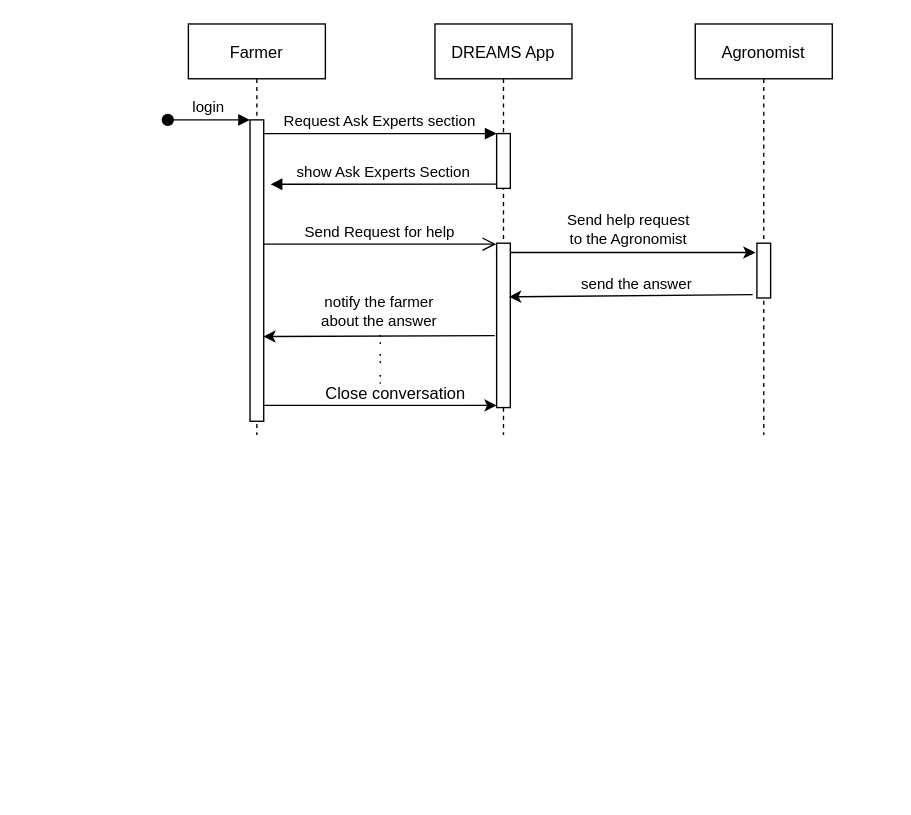
Above: page "AskExperts" (2 of 3) of RasdDoc/Files/sequence_disgrams/FarmersSequenceDiagrams.drawio in gabrielemarra/DREAM-ProjectDesign (draw.io), before the change. Source tidied: cells renumbered, new cells numbered last; positions are measured from the earlier drawing's top-left corner, leaving out a move shared by most shapes. Both pictures are drawn from the tidied source at 137%, with x=0, y=0 at pixel (167, 23).
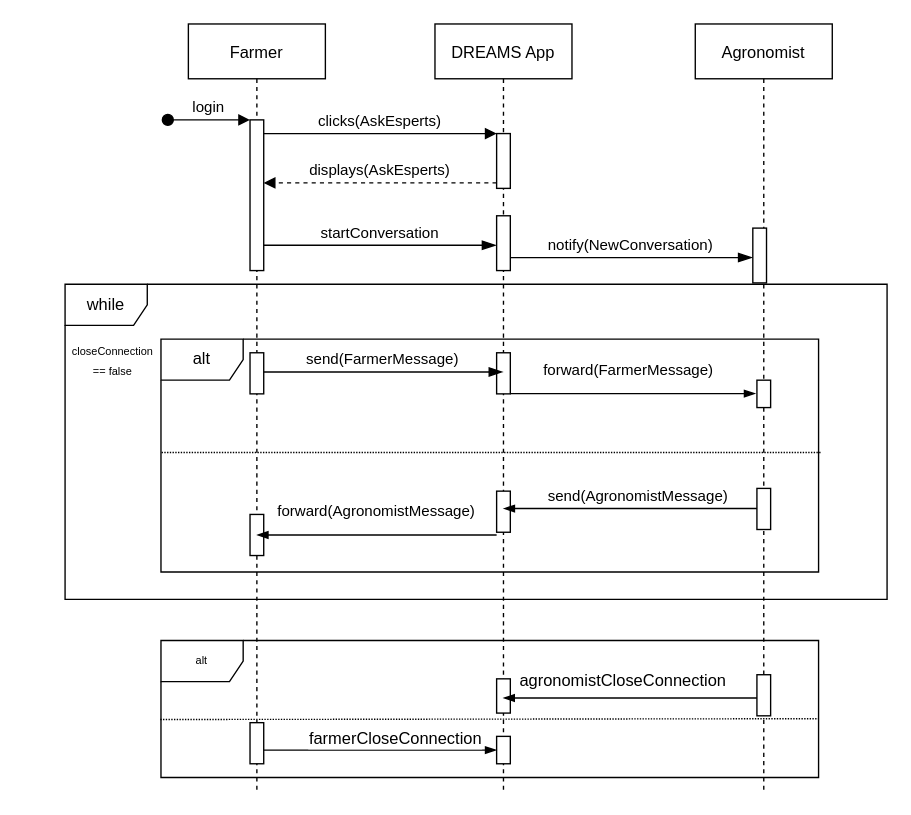
Above is the later version.

The change refers to these unchanged cells:
```xml
<mxCell id="6" style="points=[];perimeter=orthogonalPerimeter;rounded=0;shadow=0;strokeWidth=1;" parent="5" vertex="1">
  <mxGeometry x="45" y="80" width="10" height="40" as="geometry" />
</mxCell>
```

What changed in the source:
```diff
@@
+    <mxCell id="22" value="alt" style="shape=umlFrame;whiteSpace=wrap;html=1;" parent="1" vertex="1">
+      <mxGeometry x="-5" y="230" width="480" height="170" as="geometry" />
+    </mxCell>
+    <mxCell id="23" value="while" style="shape=umlFrame;whiteSpace=wrap;html=1;" parent="1" vertex="1">
+      <mxGeometry x="-75" y="190" width="600" height="230" as="geometry" />
+    </mxCell>
+    <mxCell id="24" value="alt" style="shape=umlFrame;whiteSpace=wrap;html=1;fontSize=8;" parent="1" vertex="1">
+      <mxGeometry x="-5" y="450" width="480" height="100" as="geometry" />
+    </mxCell>
     <mxCell id="2" value="Farmer" style="shape=umlLifeline;perimeter=lifelinePerimeter;rounded=0;shadow=0;strokeWidth=1;" parent="1" vertex="1">
-      <mxGeometry x="15" width="100" height="300" as="geometry" />
+      <mxGeometry x="15" width="100" height="560" as="geometry" />
     </mxCell>
     <mxCell id="3" style="points=[];perimeter=orthogonalPerimeter;rounded=0;shadow=0;strokeWidth=1;" parent="2" vertex="1">
-      <mxGeometry x="45" y="70" width="10" height="220" as="geometry" />
+      <mxGeometry x="45" y="70" width="10" height="110" as="geometry" />
     </mxCell>
@@
+    <mxCell id="25" style="points=[];perimeter=orthogonalPerimeter;rounded=0;shadow=0;strokeWidth=1;" parent="2" vertex="1">
+      <mxGeometry x="45" y="240" width="10" height="30" as="geometry" />
+    </mxCell>
+    <mxCell id="26" style="perimeter=orthogonalPerimeter;rounded=0;shadow=0;strokeWidth=1;" parent="2" vertex="1">
+      <mxGeometry x="45" y="358" width="10" height="30" as="geometry" />
+    </mxCell>
+    <mxCell id="27" style="perimeter=orthogonalPerimeter;rounded=0;shadow=0;strokeWidth=1;" parent="2" vertex="1">
+      <mxGeometry x="45" y="510" width="10" height="30" as="geometry" />
+    </mxCell>
     <mxCell id="5" value="DREAMS App" style="shape=umlLifeline;perimeter=lifelinePerimeter;rounded=0;shadow=0;strokeWidth=1;" parent="1" vertex="1">
-      <mxGeometry x="195" width="100" height="300" as="geometry" />
+      <mxGeometry x="195" width="100" height="560" as="geometry" />
     </mxCell>
@@
-    <mxCell id="7" style="points=[];perimeter=orthogonalPerimeter;rounded=0;shadow=0;strokeWidth=1;" parent="5" vertex="1">
-      <mxGeometry x="45" y="160" width="10" height="120" as="geometry" />
-    </mxCell>
+    <mxCell id="28" style="points=[];perimeter=orthogonalPerimeter;rounded=0;shadow=0;strokeWidth=1;" parent="5" vertex="1">
+      <mxGeometry x="45" y="140" width="10" height="40" as="geometry" />
+    </mxCell>
+    <mxCell id="29" style="perimeter=orthogonalPerimeter;rounded=0;shadow=0;strokeWidth=1;" parent="5" vertex="1">
+      <mxGeometry x="45" y="240" width="10" height="30" as="geometry" />
+    </mxCell>
+    <mxCell id="30" style="perimeter=orthogonalPerimeter;rounded=0;shadow=0;strokeWidth=1;" parent="5" vertex="1">
+      <mxGeometry x="45" y="341" width="10" height="30" as="geometry" />
+    </mxCell>
+    <mxCell id="31" style="perimeter=orthogonalPerimeter;rounded=0;shadow=0;strokeWidth=1;" parent="5" vertex="1">
+      <mxGeometry x="45" y="520" width="10" height="20" as="geometry" />
+    </mxCell>
+    <mxCell id="32" style="perimeter=orthogonalPerimeter;rounded=0;shadow=0;strokeWidth=1;" parent="5" vertex="1">
+      <mxGeometry x="45" y="478" width="10" height="25" as="geometry" />
+    </mxCell>
-    <mxCell id="8" value="Request Ask Experts section" style="verticalAlign=bottom;endArrow=block;entryX=0;entryY=0;shadow=0;strokeWidth=1;" parent="1" edge="1" source="3" target="6">
+    <mxCell id="8" value="clicks(AskEsperts)" style="verticalAlign=bottom;endArrow=block;entryX=0;entryY=0;shadow=0;strokeWidth=1;" parent="1" edge="1" source="3" target="6">
       <mxGeometry relative="1" as="geometry" />
     </mxCell>
-    <mxCell id="9" value="show Ask Experts Section" style="verticalAlign=bottom;endArrow=block;shadow=0;strokeWidth=1;exitX=-0.031;exitY=0.922;exitDx=0;exitDy=0;exitPerimeter=0;" parent="1" edge="1" source="6">
+    <mxCell id="9" value="displays(AskEsperts)" style="verticalAlign=bottom;endArrow=block;shadow=0;strokeWidth=1;dashed=1;" parent="1" edge="1">
       <mxGeometry relative="1" as="geometry">
-        <mxPoint x="75" y="117" as="targetPoint" />
+        <mxPoint x="240" y="116" as="sourcePoint" />
+        <mxPoint x="70" y="116" as="targetPoint" />
       </mxGeometry>
     </mxCell>
-    <mxCell id="10" value="Send Request for help" style="verticalAlign=bottom;endArrow=open;endSize=8;shadow=0;strokeWidth=1;entryX=-0.029;entryY=0.006;entryDx=0;entryDy=0;entryPerimeter=0;" parent="1" edge="1" source="3" target="7">
-      <mxGeometry relative="1" as="geometry" />
+    <mxCell id="10" value="startConversation" style="verticalAlign=bottom;endArrow=blockThin;endSize=8;shadow=0;strokeWidth=1;entryX=-0.029;entryY=0.006;entryDx=0;entryDy=0;entryPerimeter=0;endFill=1;" parent="1" edge="1" source="3">
+      <mxGeometry relative="1" as="geometry">
+        <mxPoint x="239.7" y="161.5" as="targetPoint" />
+      </mxGeometry>
     </mxCell>
     <mxCell id="11" value="Agronomist" style="shape=umlLifeline;perimeter=lifelinePerimeter;rounded=0;shadow=0;strokeWidth=1;" parent="1" vertex="1">
-      <mxGeometry x="385" width="100" height="300" as="geometry" />
+      <mxGeometry x="385" width="100" height="560" as="geometry" />
     </mxCell>
     <mxCell id="12" style="points=[];perimeter=orthogonalPerimeter;rounded=0;shadow=0;strokeWidth=1;" parent="11" vertex="1">
-      <mxGeometry x="45" y="160" width="10" height="40" as="geometry" />
+      <mxGeometry x="45" y="260" width="10" height="20" as="geometry" />
     </mxCell>
+    <mxCell id="33" style="perimeter=orthogonalPerimeter;rounded=0;shadow=0;strokeWidth=1;" parent="11" vertex="1">
+      <mxGeometry x="45" y="339" width="10" height="30" as="geometry" />
+    </mxCell>
+    <mxCell id="34" style="perimeter=orthogonalPerimeter;rounded=0;shadow=0;strokeWidth=1;" parent="11" vertex="1">
+      <mxGeometry x="45" y="475" width="10" height="30" as="geometry" />
+    </mxCell>
-    <mxCell id="13" style="edgeStyle=none;rounded=0;jettySize=auto;html=1;entryX=-0.1;entryY=0.171;entryDx=0;entryDy=0;entryPerimeter=0;" parent="1" edge="1" source="7" target="12">
-      <mxGeometry relative="1" as="geometry" />
+    <mxCell id="13" style="edgeStyle=none;rounded=0;orthogonalLoop=1;jettySize=auto;html=1;entryX=-0.1;entryY=0.171;entryDx=0;entryDy=0;entryPerimeter=0;endArrow=blockThin;endFill=1;" parent="1" edge="1">
+      <mxGeometry relative="1" as="geometry">
+        <mxPoint x="250" y="269.8" as="sourcePoint" />
+        <mxPoint x="429" y="269.8" as="targetPoint" />
+      </mxGeometry>
     </mxCell>
-    <mxCell id="14" value="Send help request&lt;br&gt;to the Agronomist" style="edgeLabel;html=1;align=center;verticalAlign=middle;" parent="13" vertex="1">
+    <mxCell id="14" value="forward(FarmerMessage)" style="edgeLabel;html=1;align=center;verticalAlign=middle;" parent="13" vertex="1">
       <mxGeometry x="-0.2" y="-1" relative="1" as="geometry">
         <mxPoint x="13" y="-18" as="offset" />
       </mxGeometry>
     </mxCell>
-    <mxCell id="15" style="edgeStyle=none;rounded=0;jettySize=auto;html=1;exitX=-0.307;exitY=0.94;exitDx=0;exitDy=0;exitPerimeter=0;entryX=0.9;entryY=0.326;entryDx=0;entryDy=0;entryPerimeter=0;" parent="1" edge="1" source="12" target="7">
-      <mxGeometry relative="1" as="geometry" />
+    <mxCell id="15" style="edgeStyle=none;rounded=0;orthogonalLoop=1;jettySize=auto;html=1;endArrow=blockThin;endFill=1;" parent="1" edge="1">
+      <mxGeometry relative="1" as="geometry">
+        <mxPoint x="430" y="353.7" as="sourcePoint" />
+        <mxPoint x="244.9" y="353.7" as="targetPoint" />
+      </mxGeometry>
     </mxCell>
-    <mxCell id="16" value="send the answer" style="edgeLabel;html=1;align=center;verticalAlign=middle;" parent="15" vertex="1">
+    <mxCell id="16" value="&lt;div&gt;send(AgronomistMessage)&lt;/div&gt;" style="edgeLabel;html=1;align=center;verticalAlign=middle;" parent="15" vertex="1">
       <mxGeometry x="-0.09" y="1" relative="1" as="geometry">
         <mxPoint x="-4" y="-10" as="offset" />
       </mxGeometry>
     </mxCell>
-    <mxCell id="17" style="edgeStyle=none;rounded=0;jettySize=auto;html=1;entryX=0.969;entryY=0.719;entryDx=0;entryDy=0;entryPerimeter=0;exitX=-0.134;exitY=0.562;exitDx=0;exitDy=0;exitPerimeter=0;" parent="1" edge="1" source="7" target="3">
-      <mxGeometry relative="1" as="geometry" />
+    <mxCell id="17" style="edgeStyle=none;rounded=0;orthogonalLoop=1;jettySize=auto;html=1;endArrow=blockThin;endFill=1;" parent="1" edge="1">
+      <mxGeometry relative="1" as="geometry">
+        <mxPoint x="240" y="373" as="sourcePoint" />
+        <mxPoint x="65" y="373" as="targetPoint" />
+      </mxGeometry>
     </mxCell>
-    <mxCell id="18" value="&lt;div&gt;notify the farmer&lt;/div&gt;&lt;div&gt;about the answer&lt;/div&gt;" style="edgeLabel;html=1;align=center;verticalAlign=middle;" parent="17" vertex="1">
+    <mxCell id="18" value="forward(AgronomistMessage)" style="edgeLabel;html=1;align=center;verticalAlign=middle;" parent="17" vertex="1">
       <mxGeometry x="0.14" relative="1" as="geometry">
         <mxPoint x="11" y="-18" as="offset" />
       </mxGeometry>
     </mxCell>
-    <mxCell id="19" value=":&lt;br&gt;:&lt;br&gt;:" style="text;html=1;align=center;verticalAlign=middle;strokeColor=none;fillColor=none;" parent="1" vertex="1">
-      <mxGeometry x="145" y="219" width="20" height="50" as="geometry" />
-    </mxCell>
-    <mxCell id="20" style="edgeStyle=none;rounded=0;jettySize=auto;html=1;entryX=0.003;entryY=0.987;entryDx=0;entryDy=0;entryPerimeter=0;fontSize=12;" parent="1" edge="1" source="3" target="7">
-      <mxGeometry relative="1" as="geometry" />
+    <mxCell id="20" style="edgeStyle=none;rounded=0;orthogonalLoop=1;jettySize=auto;html=1;fontSize=12;endArrow=blockThin;endFill=1;" parent="1" edge="1">
+      <mxGeometry relative="1" as="geometry">
+        <mxPoint x="70" y="530" as="sourcePoint" />
+        <mxPoint x="240" y="530" as="targetPoint" />
+      </mxGeometry>
     </mxCell>
-    <mxCell id="21" value="Close conversation" style="edgeLabel;html=1;align=center;verticalAlign=middle;fontSize=12;" parent="20" vertex="1">
+    <mxCell id="21" value="farmerCloseConnection" style="edgeLabel;html=1;align=center;verticalAlign=middle;fontSize=12;" parent="20" vertex="1">
       <mxGeometry x="0.09" y="-2" relative="1" as="geometry">
         <mxPoint x="2" y="-11" as="offset" />
       </mxGeometry>
     </mxCell>
+    <mxCell id="35" style="edgeStyle=none;rounded=0;orthogonalLoop=1;jettySize=auto;html=1;fontSize=12;endArrow=blockThin;endFill=1;" parent="1" edge="1">
+      <mxGeometry relative="1" as="geometry">
+        <mxPoint x="430" y="492" as="sourcePoint" />
+        <mxPoint x="244.8" y="492" as="targetPoint" />
+      </mxGeometry>
+    </mxCell>
+    <mxCell id="36" value="agronomistCloseConnection" style="edgeLabel;html=1;align=center;verticalAlign=middle;fontSize=12;" parent="35" vertex="1">
+      <mxGeometry x="0.09" y="-2" relative="1" as="geometry">
+        <mxPoint x="2" y="-11" as="offset" />
+      </mxGeometry>
+    </mxCell>
+    <mxCell id="37" value="send(FarmerMessage)" style="verticalAlign=bottom;endArrow=blockThin;endSize=8;shadow=0;strokeWidth=1;entryX=-0.029;entryY=0.006;entryDx=0;entryDy=0;entryPerimeter=0;endFill=1;" parent="1" edge="1" source="25">
+      <mxGeometry relative="1" as="geometry">
+        <mxPoint x="244.7" y="254" as="targetPoint" />
+      </mxGeometry>
+    </mxCell>
+    <mxCell id="38" style="endArrow=none;dashed=1;html=1;rounded=0;exitX=1.003;exitY=0.487;exitDx=0;exitDy=0;exitPerimeter=0;entryX=0;entryY=0.487;entryDx=0;entryDy=0;entryPerimeter=0;dashPattern=1 1;" parent="1" edge="1" source="22" target="22">
+      <mxGeometry relative="1" as="geometry" />
+    </mxCell>
+    <mxCell id="39" value="&lt;div&gt;&lt;font style=&quot;font-size: 8px&quot;&gt;closeConnection &lt;br&gt;&lt;/font&gt;&lt;/div&gt;&lt;div&gt;&lt;font style=&quot;font-size: 8px&quot;&gt;== false&lt;/font&gt;&lt;/div&gt;" style="text;html=1;strokeColor=none;fillColor=none;align=center;verticalAlign=middle;whiteSpace=wrap;rounded=0;" parent="1" vertex="1">
+      <mxGeometry x="-105" y="230" width="130" height="30" as="geometry" />
+    </mxCell>
+    <mxCell id="40" style="endArrow=none;dashed=1;html=1;rounded=0;dashPattern=1 1;fontSize=8;entryX=1;entryY=0.531;entryDx=0;entryDy=0;entryPerimeter=0;exitX=-0.001;exitY=0.537;exitDx=0;exitDy=0;exitPerimeter=0;" parent="1" edge="1">
+      <mxGeometry relative="1" as="geometry">
+        <mxPoint x="-5.5" y="507.7" as="sourcePoint" />
+        <mxPoint x="475" y="507.1" as="targetPoint" />
+      </mxGeometry>
+    </mxCell>
+    <mxCell id="41" style="perimeter=orthogonalPerimeter;rounded=0;shadow=0;strokeWidth=1;" parent="1" vertex="1">
+      <mxGeometry x="427" y="149" width="10" height="40" as="geometry" />
+    </mxCell>
+    <mxCell id="42" value="notify(NewConversation)" style="verticalAlign=bottom;endArrow=blockThin;endSize=8;shadow=0;strokeWidth=1;entryX=-0.029;entryY=0.006;entryDx=0;entryDy=0;entryPerimeter=0;endFill=1;" parent="1" edge="1" source="28">
+      <mxGeometry relative="1" as="geometry">
+        <mxPoint x="426.7" y="170.5" as="targetPoint" />
+      </mxGeometry>
+    </mxCell>
```
